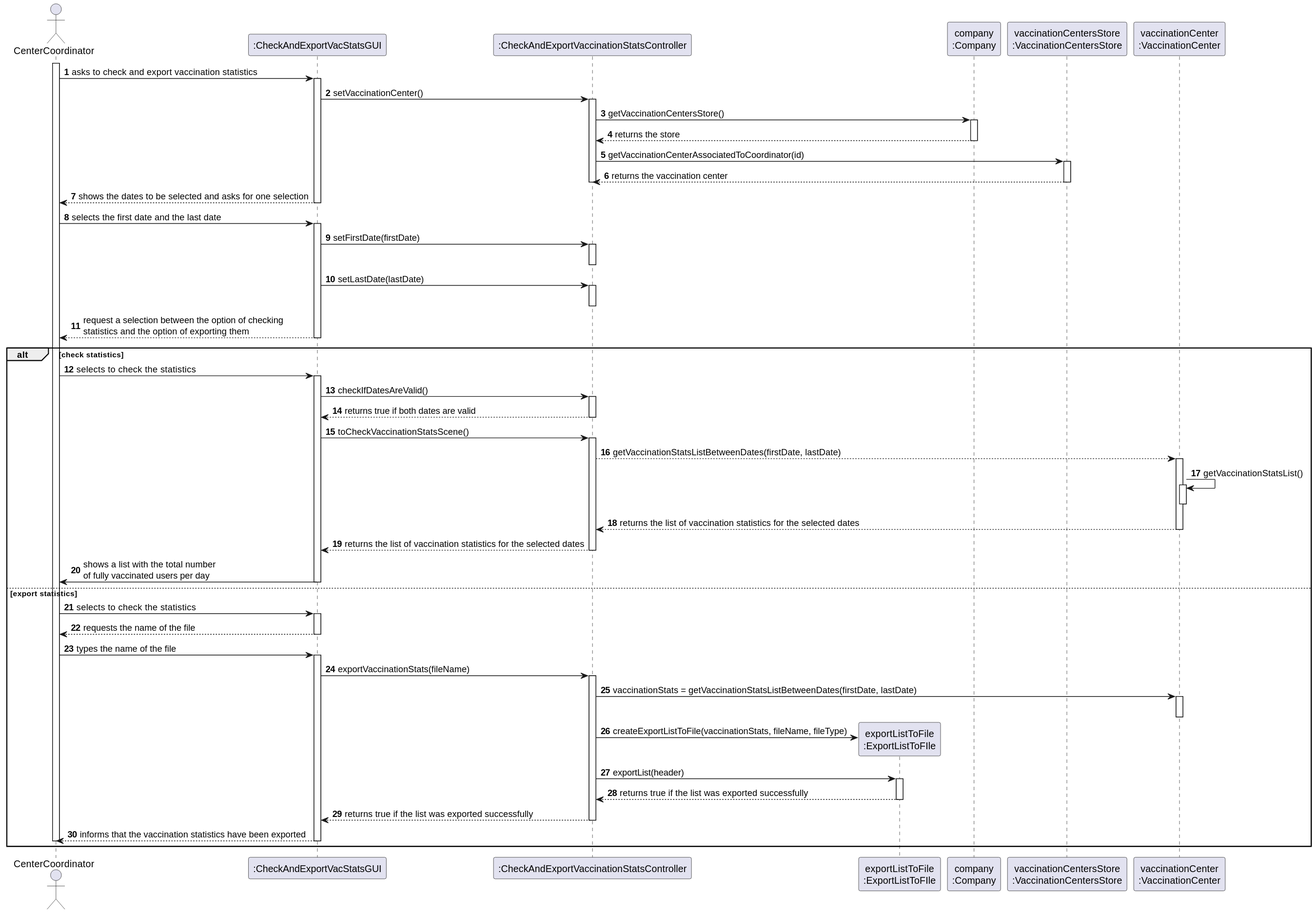
The PlantUML diagram docs/SprintD/US015/US015_SD.svg in Pirussa/lei-22-s2-1da-g02, before a commit.
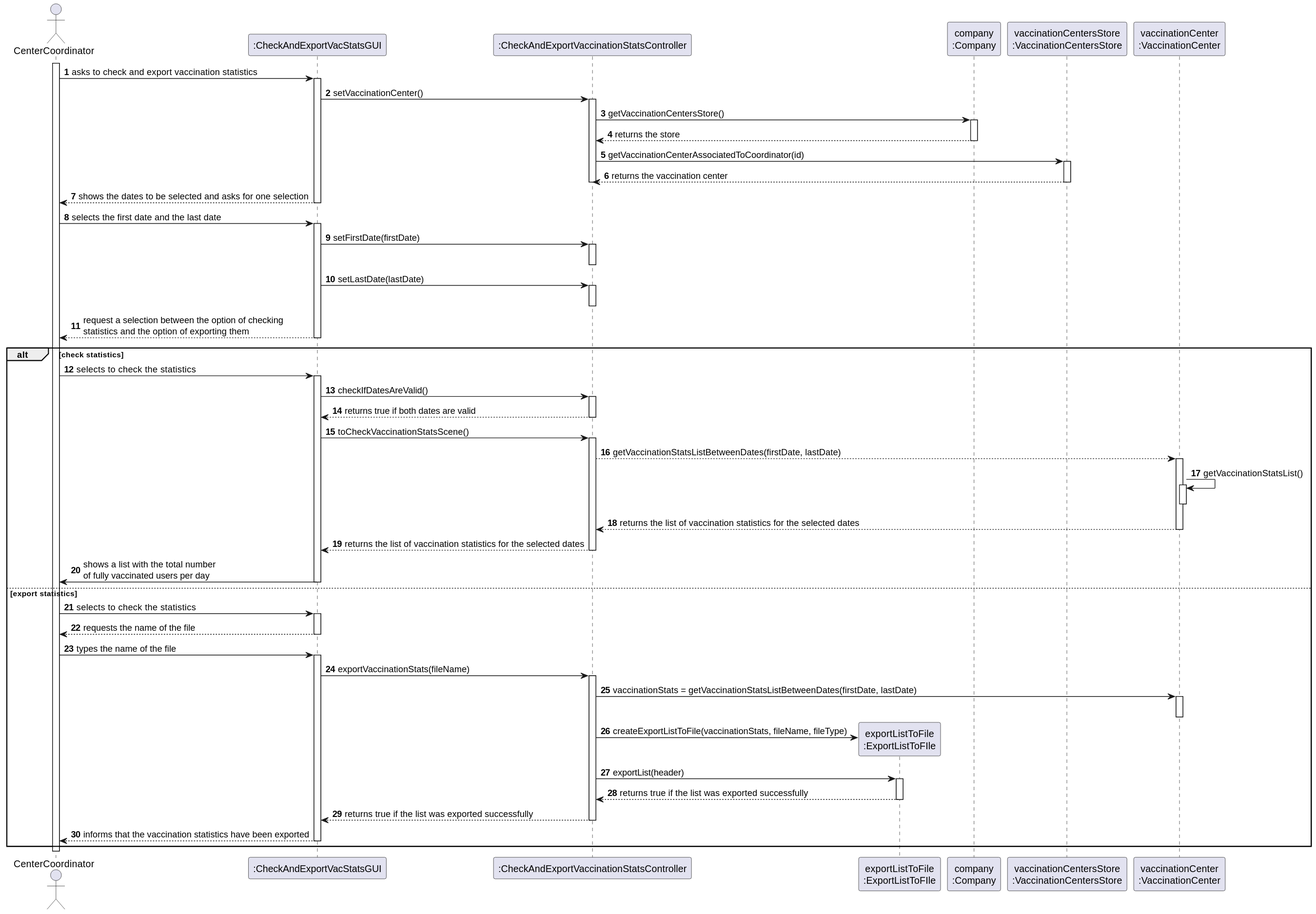
After the change.

What changed in the source:
```diff
@@ -104,7 +104,7 @@
 deactivate CTRL
  UI --> CC : informs that the vaccination statistics have been exported
 deactivate UI
-deactivate CC
+
 end
 
 
```
